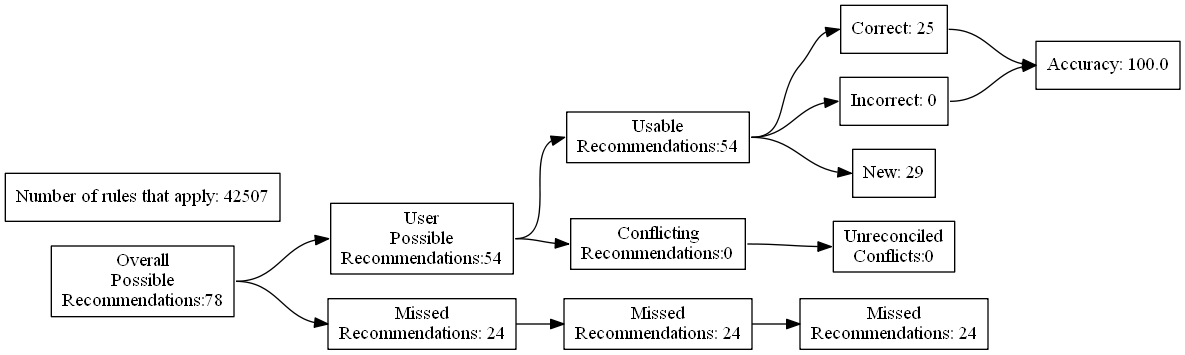
Before: test_renders/49.gv.png, a diagram exported from Graphviz (ZaxR/ibd_diet_analysis). Its source is kept beside it as test_renders/49.gv.
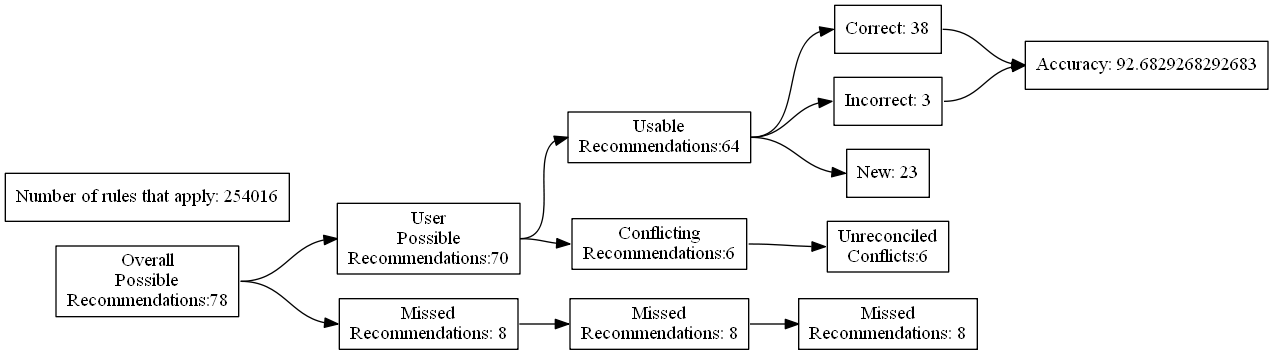
Above is the later version.

Diff of the diagram source:
```diff
@@ -7,24 +7,24 @@
 Recommendations:78"]
 		B [label="User
 Possible
-Recommendations:54"]
+Recommendations:70"]
 		C [label="Missed
-Recommendations: 24"]
+Recommendations: 8"]
 		D [label="Usable
-Recommendations:54"]
+Recommendations:64"]
 		E [label="Conflicting
-Recommendations:0"]
+Recommendations:6"]
 		J [label="Missed
-Recommendations: 24"]
+Recommendations: 8"]
 		M [label="Unreconciled
-Conflicts:0"]
-		F [label="Correct: 25"]
-		G [label="Incorrect: 0"]
-		H [label="New: 29"]
+Conflicts:6"]
+		F [label="Correct: 38"]
+		G [label="Incorrect: 3"]
+		H [label="New: 23"]
 		K [label="Missed
-Recommendations: 24"]
-		I [label="Accuracy: 100.0"]
-		l [label="Number of rules that apply: 42507"]
+Recommendations: 8"]
+		I [label="Accuracy: 92.6829268292683"]
+		l [label="Number of rules that apply: 254016"]
 			A -> B
 			A -> C
 			B -> D
```
